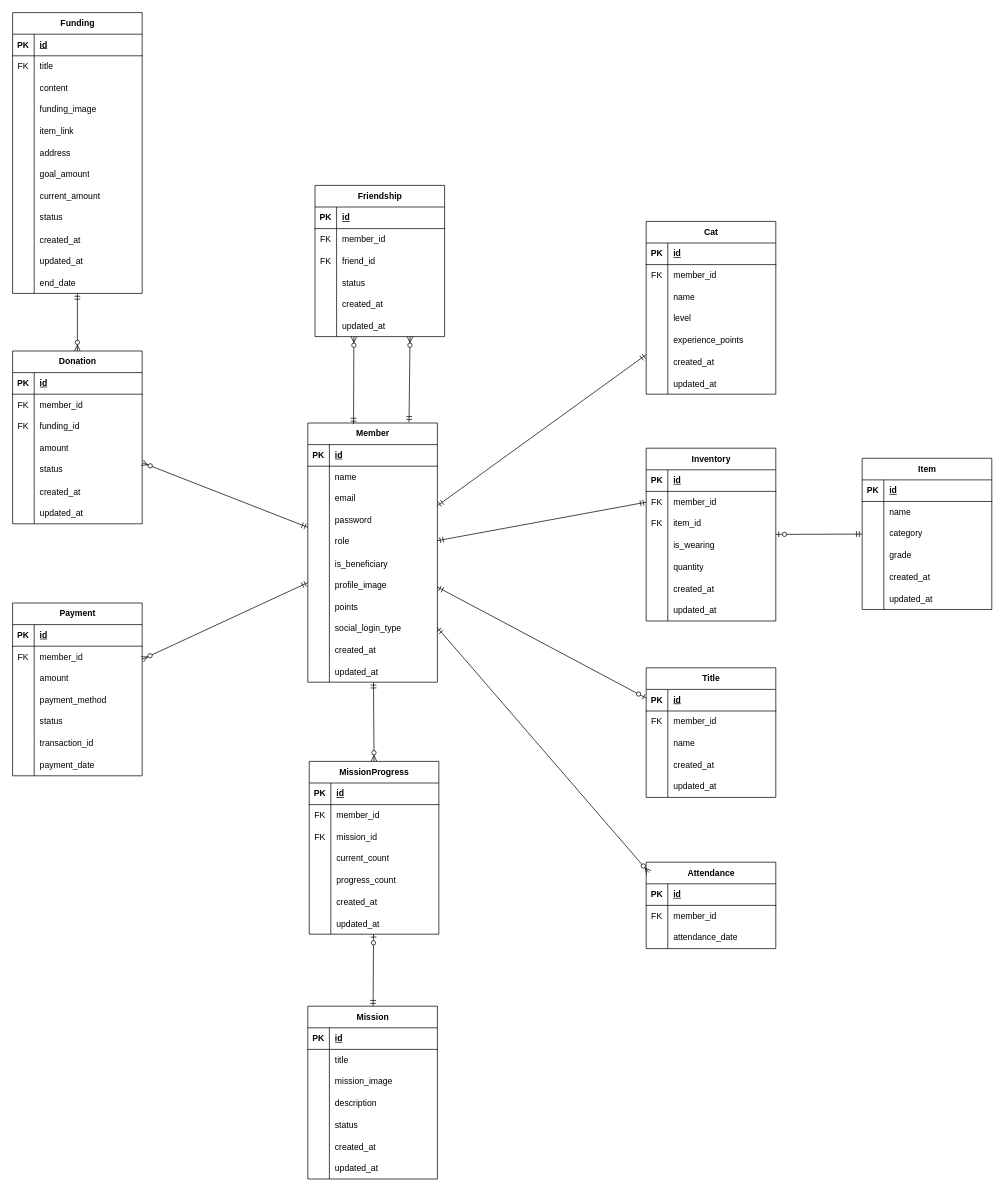
The draw.io diagram ChaeumERD.drawio in 2025-Advanced-Capstone-Chaeum/ERD, before the edit. Source tidied: cells renumbered, new cells numbered last; positions are measured from the earlier drawing's top-left corner, leaving out a move shared by most shapes. Both pictures are drawn from the tidied source at 72%, with x=0, y=0 at pixel (12, 12).
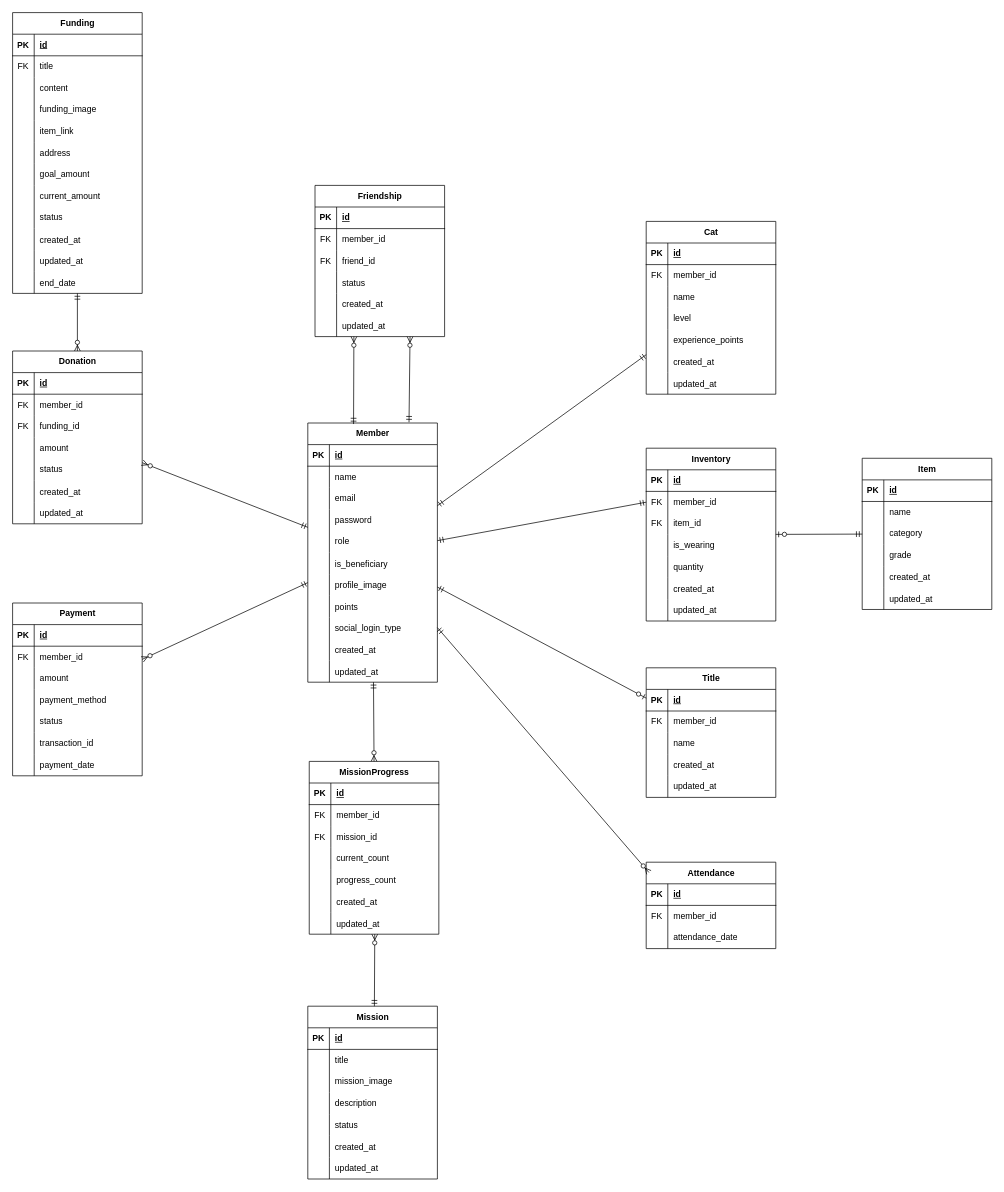
After the change.

Commit message:
docs(ERD): mission 테이블 다대다 관계 정리

Unchanged cells that the change refers to:
```xml
<mxCell id="103" value="Mission" style="shape=table;startSize=30;childLayout=tableLayout;rowLines=0;fontStyle=1;align=center;html=1;" parent="1" vertex="1">
  <mxGeometry x="410" y="1380" width="180" height="240" as="geometry" />
</mxCell>
<mxCell id="147" value="MissionProgress" style="shape=table;startSize=30;childLayout=tableLayout;rowLines=0;fontStyle=1;align=center;html=1;" parent="1" vertex="1">
  <mxGeometry x="412" y="1040" width="180" height="240" as="geometry" />
</mxCell>
```

The edit, as a diff of the source:
```diff
@@
-    <mxCell id="275" style="fontSize=12;html=1;endArrow=ERzeroToOne;startArrow=ERmandOne;rounded=0;" parent="1" edge="1" source="103" target="147">
-      <mxGeometry relative="1" as="geometry" />
-    </mxCell>
@@
+    <mxCell id="282" style="fontSize=12;html=1;endArrow=ERzeroToMany;startArrow=ERmandOne;rounded=0;" parent="1" edge="1">
+      <mxGeometry relative="1" as="geometry">
+        <mxPoint x="502.5" y="1380" as="sourcePoint" />
+        <mxPoint x="503" y="1280" as="targetPoint" />
+      </mxGeometry>
+    </mxCell>
```
